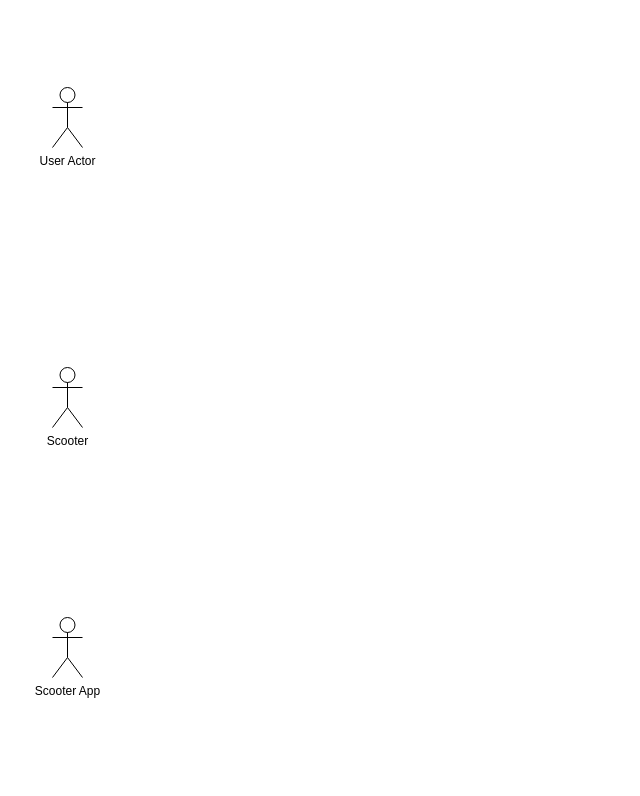
Before: Scooter Use Case Diagram.drawio in GreyWoulf/Scooter-Project, a draw.io diagram. Source tidied: cells renumbered, new cells numbered last; positions are measured from the earlier drawing's top-left corner, leaving out a move shared by most shapes. Both pictures are drawn from the tidied source at 100%, with x=0, y=0 at pixel (52, 87).
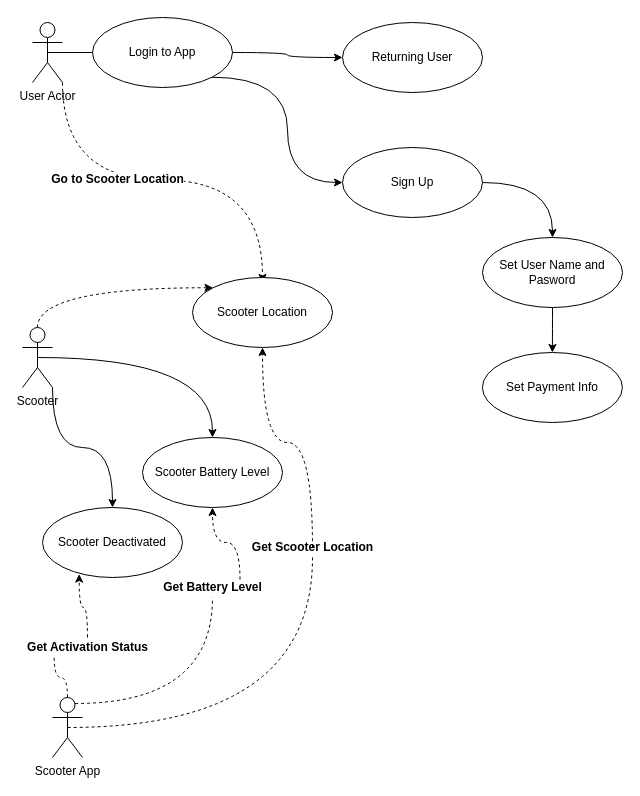
Above is the later version.

What changed in the source:
```diff
@@
+    <mxCell id="5" style="edgeStyle=orthogonalEdgeStyle;jettySize=auto;html=1;exitX=1;exitY=1;exitDx=0;exitDy=0;exitPerimeter=0;entryX=0.5;entryY=0.071;entryDx=0;entryDy=0;entryPerimeter=0;curved=1;dashed=1;" parent="1" edge="1" source="2" target="18">
+      <mxGeometry relative="1" as="geometry" />
+    </mxCell>
+    <mxCell id="6" value="&lt;b&gt;Go to Scooter Location&lt;/b&gt;" style="edgeLabel;html=1;align=center;verticalAlign=middle;fontSize=12;" parent="5" vertex="1">
+      <mxGeometry x="-0.24" y="1" relative="1" as="geometry" />
+    </mxCell>
     <mxCell id="2" value="User Actor" style="shape=umlActor;verticalLabelPosition=bottom;verticalAlign=top;html=1;" parent="1" vertex="1">
-      <mxGeometry width="30" height="60" as="geometry" />
+      <mxGeometry x="-20" y="-65" width="30" height="60" as="geometry" />
     </mxCell>
+    <mxCell id="7" style="edgeStyle=orthogonalEdgeStyle;jettySize=auto;html=1;exitX=1;exitY=1;exitDx=0;exitDy=0;exitPerimeter=0;curved=1;" parent="1" edge="1" source="3" target="17">
+      <mxGeometry relative="1" as="geometry" />
+    </mxCell>
+    <mxCell id="8" style="edgeStyle=orthogonalEdgeStyle;jettySize=auto;html=1;exitX=0.5;exitY=0.5;exitDx=0;exitDy=0;exitPerimeter=0;curved=1;" parent="1" edge="1" source="3" target="16">
+      <mxGeometry relative="1" as="geometry" />
+    </mxCell>
+    <mxCell id="9" style="edgeStyle=orthogonalEdgeStyle;curved=1;jettySize=auto;html=1;exitX=0.5;exitY=0;exitDx=0;exitDy=0;exitPerimeter=0;entryX=0;entryY=0;entryDx=0;entryDy=0;dashed=1;fontSize=12;" parent="1" edge="1" source="3" target="18">
+      <mxGeometry relative="1" as="geometry" />
+    </mxCell>
     <mxCell id="3" value="Scooter" style="shape=umlActor;verticalLabelPosition=bottom;verticalAlign=top;html=1;" parent="1" vertex="1">
-      <mxGeometry y="280" width="30" height="60" as="geometry" />
+      <mxGeometry x="-30" y="240" width="30" height="60" as="geometry" />
     </mxCell>
+    <mxCell id="10" style="edgeStyle=orthogonalEdgeStyle;jettySize=auto;html=1;exitX=0.5;exitY=0.5;exitDx=0;exitDy=0;exitPerimeter=0;entryX=0.5;entryY=1;entryDx=0;entryDy=0;curved=1;dashed=1;startArrow=none;" parent="1" edge="1" source="25" target="18">
+      <mxGeometry relative="1" as="geometry" />
+    </mxCell>
+    <mxCell id="11" style="edgeStyle=orthogonalEdgeStyle;curved=1;jettySize=auto;html=1;exitX=0.5;exitY=0;exitDx=0;exitDy=0;exitPerimeter=0;entryX=0.262;entryY=0.951;entryDx=0;entryDy=0;entryPerimeter=0;fontSize=12;dashed=1;startArrow=none;" parent="1" edge="1" source="23" target="17">
+      <mxGeometry relative="1" as="geometry" />
+    </mxCell>
+    <mxCell id="12" style="edgeStyle=orthogonalEdgeStyle;curved=1;jettySize=auto;html=1;exitX=0.75;exitY=0.1;exitDx=0;exitDy=0;exitPerimeter=0;entryX=0.5;entryY=1;entryDx=0;entryDy=0;fontSize=12;dashed=1;startArrow=none;" parent="1" edge="1" source="27" target="16">
+      <mxGeometry relative="1" as="geometry" />
+    </mxCell>
     <mxCell id="4" value="Scooter App" style="shape=umlActor;verticalLabelPosition=bottom;verticalAlign=top;html=1;" parent="1" vertex="1">
-      <mxGeometry y="530" width="30" height="60" as="geometry" />
+      <mxGeometry y="610" width="30" height="60" as="geometry" />
     </mxCell>
+    <mxCell id="13" style="edgeStyle=orthogonalEdgeStyle;jettySize=auto;html=1;curved=1;" parent="1" edge="1" source="21" target="15">
+      <mxGeometry relative="1" as="geometry" />
+    </mxCell>
+    <mxCell id="14" style="edgeStyle=orthogonalEdgeStyle;jettySize=auto;html=1;exitX=1;exitY=1;exitDx=0;exitDy=0;entryX=0;entryY=0.5;entryDx=0;entryDy=0;fontSize=12;curved=1;" parent="1" edge="1" source="21" target="20">
+      <mxGeometry relative="1" as="geometry" />
+    </mxCell>
+    <mxCell id="15" value="Returning User" style="ellipse;whiteSpace=wrap;html=1;" parent="1" vertex="1">
+      <mxGeometry x="290" y="-65" width="140" height="70" as="geometry" />
+    </mxCell>
+    <mxCell id="16" value="Scooter Battery Level" style="ellipse;whiteSpace=wrap;html=1;" parent="1" vertex="1">
+      <mxGeometry x="90" y="350" width="140" height="70" as="geometry" />
+    </mxCell>
+    <mxCell id="17" value="Scooter Deactivated" style="ellipse;whiteSpace=wrap;html=1;" parent="1" vertex="1">
+      <mxGeometry x="-10" y="420" width="140" height="70" as="geometry" />
+    </mxCell>
+    <mxCell id="18" value="Scooter Location" style="ellipse;whiteSpace=wrap;html=1;" parent="1" vertex="1">
+      <mxGeometry x="140" y="190" width="140" height="70" as="geometry" />
+    </mxCell>
+    <mxCell id="19" style="edgeStyle=orthogonalEdgeStyle;curved=1;jettySize=auto;html=1;exitX=1;exitY=0.5;exitDx=0;exitDy=0;fontSize=12;" parent="1" edge="1" source="20" target="30">
+      <mxGeometry relative="1" as="geometry" />
+    </mxCell>
+    <mxCell id="20" value="Sign Up" style="ellipse;whiteSpace=wrap;html=1;fontSize=12;" parent="1" vertex="1">
+      <mxGeometry x="290" y="60" width="140" height="70" as="geometry" />
+    </mxCell>
+    <mxCell id="21" value="Login to App" style="ellipse;whiteSpace=wrap;html=1;" parent="1" vertex="1">
+      <mxGeometry x="40" y="-70" width="140" height="70" as="geometry" />
+    </mxCell>
+    <mxCell id="22" style="edgeStyle=orthogonalEdgeStyle;rounded=0;jettySize=auto;html=1;exitX=0.5;exitY=0.5;exitDx=0;exitDy=0;exitPerimeter=0;endArrow=none;" parent="1" edge="1" source="2" target="21">
+      <mxGeometry relative="1" as="geometry" />
+    </mxCell>
+    <mxCell id="23" value="&lt;b&gt;Get Activation Status&lt;/b&gt;" style="text;html=1;align=center;verticalAlign=middle;points=[];strokeColor=none;fillColor=none;fontSize=12;" parent="1" vertex="1">
+      <mxGeometry x="-35" y="550" width="140" height="20" as="geometry" />
+    </mxCell>
+    <mxCell id="24" style="edgeStyle=orthogonalEdgeStyle;curved=1;jettySize=auto;html=1;exitX=0.5;exitY=0;exitDx=0;exitDy=0;exitPerimeter=0;entryX=0.262;entryY=0.951;entryDx=0;entryDy=0;entryPerimeter=0;fontSize=12;dashed=1;endArrow=none;" parent="1" edge="1" source="4" target="23">
+      <mxGeometry relative="1" as="geometry" />
+    </mxCell>
+    <mxCell id="25" value="&lt;b&gt;&lt;font style=&quot;font-size: 12px;&quot;&gt;Get Scooter Location&lt;/font&gt;&lt;/b&gt;" style="text;html=1;align=center;verticalAlign=middle;points=[];strokeColor=none;fillColor=none;" parent="1" vertex="1">
+      <mxGeometry x="190" y="450" width="140" height="20" as="geometry" />
+    </mxCell>
+    <mxCell id="26" style="edgeStyle=orthogonalEdgeStyle;jettySize=auto;html=1;exitX=0.5;exitY=0.5;exitDx=0;exitDy=0;exitPerimeter=0;entryX=0.5;entryY=1;entryDx=0;entryDy=0;curved=1;dashed=1;endArrow=none;" parent="1" edge="1" source="4" target="25">
+      <mxGeometry relative="1" as="geometry" />
+    </mxCell>
+    <mxCell id="27" value="&lt;b&gt;Get Battery Level&lt;/b&gt;" style="text;html=1;align=center;verticalAlign=middle;points=[];strokeColor=none;fillColor=none;fontSize=12;" parent="1" vertex="1">
+      <mxGeometry x="105" y="490" width="110" height="20" as="geometry" />
+    </mxCell>
+    <mxCell id="28" style="edgeStyle=orthogonalEdgeStyle;curved=1;jettySize=auto;html=1;exitX=0.75;exitY=0.1;exitDx=0;exitDy=0;exitPerimeter=0;entryX=0.5;entryY=1;entryDx=0;entryDy=0;fontSize=12;dashed=1;endArrow=none;" parent="1" edge="1" source="4" target="27">
+      <mxGeometry relative="1" as="geometry" />
+    </mxCell>
+    <mxCell id="29" style="edgeStyle=orthogonalEdgeStyle;curved=1;jettySize=auto;html=1;exitX=0.5;exitY=1;exitDx=0;exitDy=0;fontSize=12;strokeColor=default;" parent="1" edge="1" source="30" target="31">
+      <mxGeometry relative="1" as="geometry" />
+    </mxCell>
+    <mxCell id="30" value="Set User Name and Pasword" style="ellipse;whiteSpace=wrap;html=1;fontSize=12;" parent="1" vertex="1">
+      <mxGeometry x="430" y="150" width="140" height="70" as="geometry" />
+    </mxCell>
+    <mxCell id="31" value="Set Payment Info" style="ellipse;whiteSpace=wrap;html=1;fontSize=12;" parent="1" vertex="1">
+      <mxGeometry x="429.9" y="265" width="140" height="70" as="geometry" />
+    </mxCell>
```
